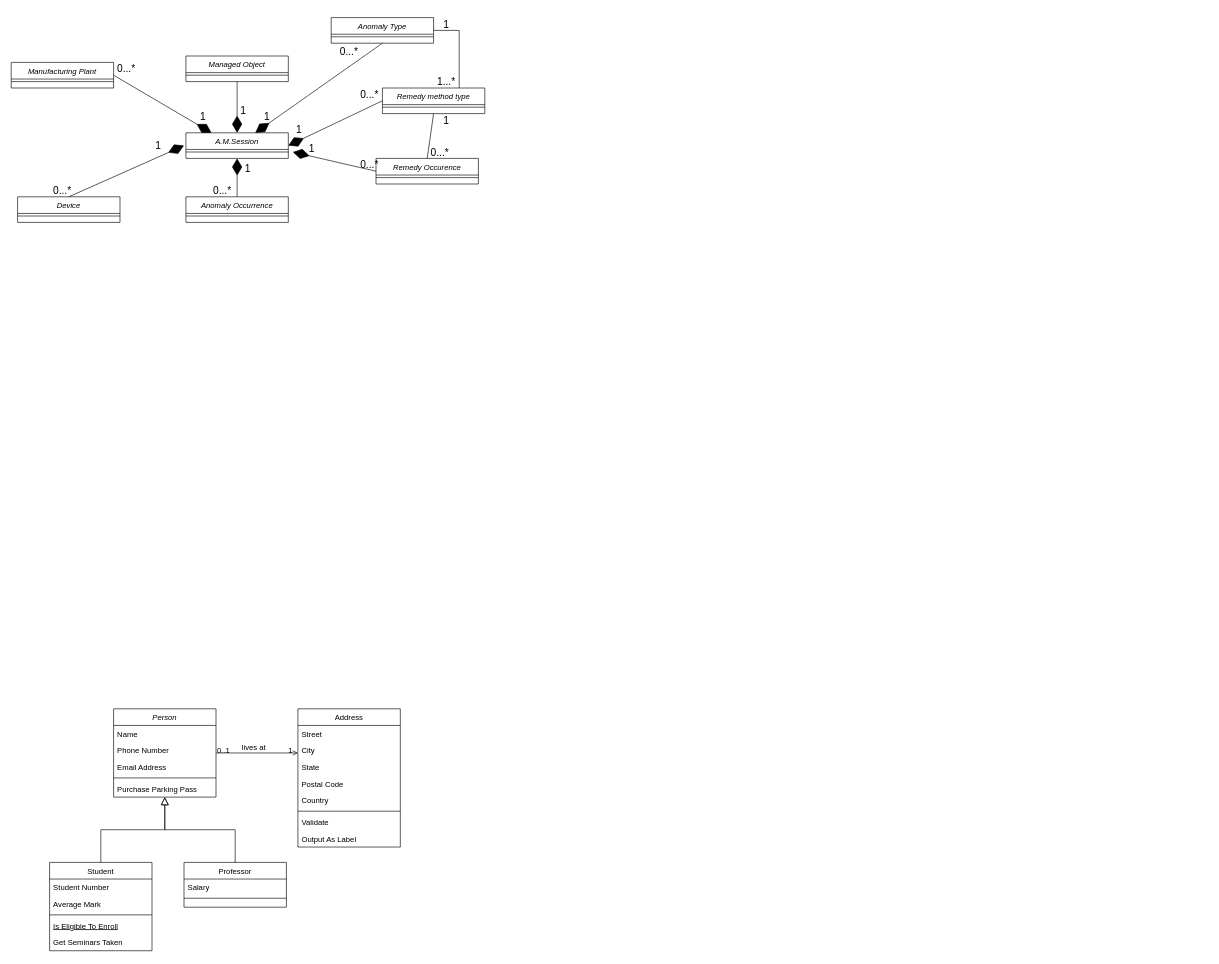
ShineSoYoung/TEST keeps this draw.io diagram as 강의_ex4.drawio. Above is the earlier version. Source tidied: cells renumbered, new cells numbered last; positions are measured from the earlier drawing's top-left corner, leaving out a move shared by most shapes. Both pictures are drawn from the tidied source at 64%, with x=0, y=0 at pixel (11, 17).
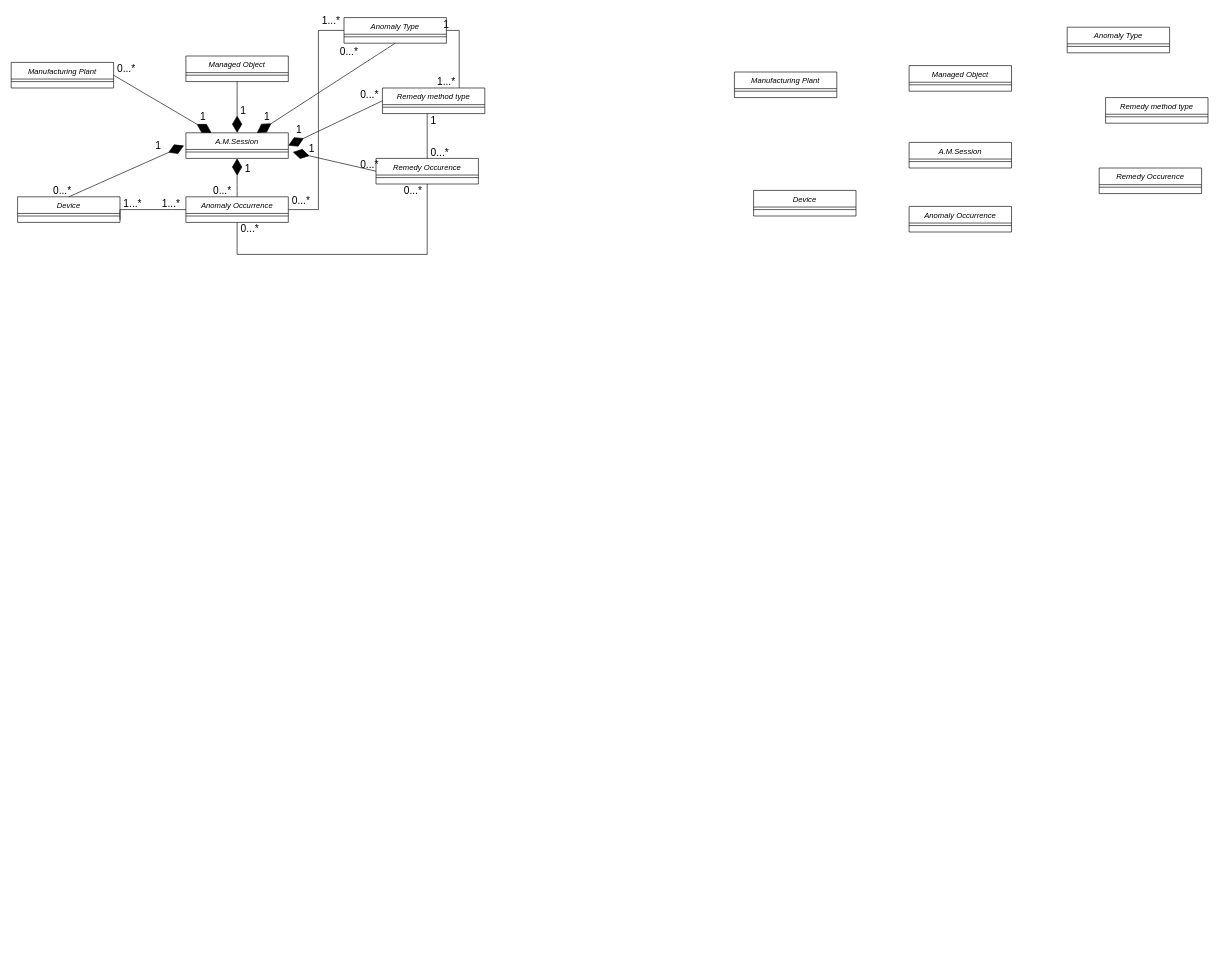
The same page after the edit.

Commit message:
강의_ex4.drawio 업데이트

Unchanged cells that the change refers to:
```xml
<mxCell id="34" value="Device" style="swimlane;fontStyle=2;align=center;verticalAlign=top;horizontal=1;startSize=26;rounded=0;shadow=0;strokeWidth=1;" parent="1" vertex="1">
  <mxGeometry x="10" y="280" width="160" height="40" as="geometry" />
</mxCell>
<mxCell id="36" value="Anomaly Occurrence" style="swimlane;fontStyle=2;align=center;verticalAlign=top;horizontal=1;startSize=26;rounded=0;shadow=0;strokeWidth=1;" parent="1" vertex="1">
  <mxGeometry x="273" y="280" width="160" height="40" as="geometry" />
</mxCell>
<mxCell id="42" value="Remedy method type" style="swimlane;fontStyle=2;align=center;verticalAlign=top;horizontal=1;startSize=26;rounded=0;shadow=0;strokeWidth=1;" parent="1" vertex="1">
  <mxGeometry x="580" y="110" width="160" height="40" as="geometry" />
</mxCell>
<mxCell id="44" value="Remedy Occurence" style="swimlane;fontStyle=2;align=center;verticalAlign=top;horizontal=1;startSize=26;rounded=0;shadow=0;strokeWidth=1;" parent="1" vertex="1">
  <mxGeometry x="570" y="220" width="160" height="40" as="geometry" />
</mxCell>
```

Diff of the diagram source:
```diff
@@
-    <mxCell id="2" value="Person" style="swimlane;fontStyle=2;align=center;verticalAlign=top;horizontal=1;startSize=26;rounded=0;shadow=0;strokeWidth=1;" parent="1" vertex="1">
-      <mxGeometry x="160" y="1080" width="160" height="138" as="geometry" />
-    </mxCell>
-    <mxCell id="3" value="Name" style="text;align=left;verticalAlign=top;spacingLeft=4;spacingRight=4;overflow=hidden;" parent="2" vertex="1">
-      <mxGeometry y="26" width="160" height="26" as="geometry" />
-    </mxCell>
-    <mxCell id="4" value="Phone Number" style="text;align=left;verticalAlign=top;spacingLeft=4;spacingRight=4;overflow=hidden;rounded=0;shadow=0;html=0;" parent="2" vertex="1">
-      <mxGeometry y="52" width="160" height="26" as="geometry" />
-    </mxCell>
-    <mxCell id="5" value="Email Address" style="text;align=left;verticalAlign=top;spacingLeft=4;spacingRight=4;overflow=hidden;rounded=0;shadow=0;html=0;" parent="2" vertex="1">
-      <mxGeometry y="78" width="160" height="26" as="geometry" />
-    </mxCell>
-    <mxCell id="6" style="line;html=1;strokeWidth=1;align=left;verticalAlign=middle;spacingTop=-1;spacingLeft=3;spacingRight=3;labelPosition=right;" parent="2" vertex="1">
-      <mxGeometry y="104" width="160" height="8" as="geometry" />
-    </mxCell>
-    <mxCell id="7" value="Purchase Parking Pass" style="text;align=left;verticalAlign=top;spacingLeft=4;spacingRight=4;overflow=hidden;" parent="2" vertex="1">
-      <mxGeometry y="112" width="160" height="26" as="geometry" />
-    </mxCell>
-    <mxCell id="8" value="Student" style="swimlane;fontStyle=0;align=center;verticalAlign=top;horizontal=1;startSize=26;rounded=0;shadow=0;strokeWidth=1;" parent="1" vertex="1">
-      <mxGeometry x="60" y="1320" width="160" height="138" as="geometry" />
-    </mxCell>
-    <mxCell id="9" value="Student Number" style="text;align=left;verticalAlign=top;spacingLeft=4;spacingRight=4;overflow=hidden;" parent="8" vertex="1">
-      <mxGeometry y="26" width="160" height="26" as="geometry" />
-    </mxCell>
-    <mxCell id="10" value="Average Mark" style="text;align=left;verticalAlign=top;spacingLeft=4;spacingRight=4;overflow=hidden;rounded=0;shadow=0;html=0;" parent="8" vertex="1">
-      <mxGeometry y="52" width="160" height="26" as="geometry" />
-    </mxCell>
-    <mxCell id="11" style="line;html=1;strokeWidth=1;align=left;verticalAlign=middle;spacingTop=-1;spacingLeft=3;spacingRight=3;labelPosition=right;" parent="8" vertex="1">
-      <mxGeometry y="78" width="160" height="8" as="geometry" />
-    </mxCell>
-    <mxCell id="12" value="Is Eligible To Enroll" style="text;align=left;verticalAlign=top;spacingLeft=4;spacingRight=4;overflow=hidden;fontStyle=4;" parent="8" vertex="1">
-      <mxGeometry y="86" width="160" height="26" as="geometry" />
-    </mxCell>
-    <mxCell id="13" value="Get Seminars Taken" style="text;align=left;verticalAlign=top;spacingLeft=4;spacingRight=4;overflow=hidden;" parent="8" vertex="1">
-      <mxGeometry y="112" width="160" height="26" as="geometry" />
-    </mxCell>
-    <mxCell id="14" style="endArrow=block;endSize=10;endFill=0;shadow=0;strokeWidth=1;rounded=0;edgeStyle=elbowEdgeStyle;elbow=vertical;" parent="1" edge="1" source="8" target="2">
-      <mxGeometry relative="1" as="geometry" />
-    </mxCell>
-    <mxCell id="15" value="Professor" style="swimlane;fontStyle=0;align=center;verticalAlign=top;horizontal=1;startSize=26;rounded=0;shadow=0;strokeWidth=1;" parent="1" vertex="1">
-      <mxGeometry x="270" y="1320" width="160" height="70" as="geometry" />
-    </mxCell>
-    <mxCell id="16" value="Salary" style="text;align=left;verticalAlign=top;spacingLeft=4;spacingRight=4;overflow=hidden;" parent="15" vertex="1">
-      <mxGeometry y="26" width="160" height="26" as="geometry" />
-    </mxCell>
-    <mxCell id="17" style="line;html=1;strokeWidth=1;align=left;verticalAlign=middle;spacingTop=-1;spacingLeft=3;spacingRight=3;labelPosition=right;" parent="15" vertex="1">
-      <mxGeometry y="52" width="160" height="8" as="geometry" />
-    </mxCell>
-    <mxCell id="18" style="endArrow=block;endSize=10;endFill=0;shadow=0;strokeWidth=1;rounded=0;edgeStyle=elbowEdgeStyle;elbow=vertical;" parent="1" edge="1" source="15" target="2">
-      <mxGeometry relative="1" as="geometry" />
-    </mxCell>
-    <mxCell id="19" value="Address" style="swimlane;fontStyle=0;align=center;verticalAlign=top;horizontal=1;startSize=26;rounded=0;shadow=0;strokeWidth=1;" parent="1" vertex="1">
-      <mxGeometry x="448" y="1080" width="160" height="216" as="geometry" />
-    </mxCell>
-    <mxCell id="20" value="Street" style="text;align=left;verticalAlign=top;spacingLeft=4;spacingRight=4;overflow=hidden;" parent="19" vertex="1">
-      <mxGeometry y="26" width="160" height="26" as="geometry" />
-    </mxCell>
-    <mxCell id="21" value="City" style="text;align=left;verticalAlign=top;spacingLeft=4;spacingRight=4;overflow=hidden;rounded=0;shadow=0;html=0;" parent="19" vertex="1">
-      <mxGeometry y="52" width="160" height="26" as="geometry" />
-    </mxCell>
-    <mxCell id="22" value="State" style="text;align=left;verticalAlign=top;spacingLeft=4;spacingRight=4;overflow=hidden;rounded=0;shadow=0;html=0;" parent="19" vertex="1">
-      <mxGeometry y="78" width="160" height="26" as="geometry" />
-    </mxCell>
-    <mxCell id="23" value="Postal Code" style="text;align=left;verticalAlign=top;spacingLeft=4;spacingRight=4;overflow=hidden;rounded=0;shadow=0;html=0;" parent="19" vertex="1">
-      <mxGeometry y="104" width="160" height="26" as="geometry" />
-    </mxCell>
-    <mxCell id="24" value="Country" style="text;align=left;verticalAlign=top;spacingLeft=4;spacingRight=4;overflow=hidden;rounded=0;shadow=0;html=0;" parent="19" vertex="1">
-      <mxGeometry y="130" width="160" height="26" as="geometry" />
-    </mxCell>
-    <mxCell id="25" style="line;html=1;strokeWidth=1;align=left;verticalAlign=middle;spacingTop=-1;spacingLeft=3;spacingRight=3;labelPosition=right;" parent="19" vertex="1">
-      <mxGeometry y="156" width="160" height="8" as="geometry" />
-    </mxCell>
-    <mxCell id="26" value="Validate" style="text;align=left;verticalAlign=top;spacingLeft=4;spacingRight=4;overflow=hidden;" parent="19" vertex="1">
-      <mxGeometry y="164" width="160" height="26" as="geometry" />
-    </mxCell>
-    <mxCell id="27" value="Output As Label" style="text;align=left;verticalAlign=top;spacingLeft=4;spacingRight=4;overflow=hidden;" parent="19" vertex="1">
-      <mxGeometry y="190" width="160" height="26" as="geometry" />
-    </mxCell>
-    <mxCell id="28" style="endArrow=open;shadow=0;strokeWidth=1;rounded=0;endFill=1;edgeStyle=elbowEdgeStyle;elbow=vertical;" parent="1" edge="1" source="2" target="19">
-      <mxGeometry x="0.5" y="41" relative="1" as="geometry">
-        <mxPoint x="-40" y="32" as="offset" />
-      </mxGeometry>
-    </mxCell>
-    <mxCell id="29" value="0..1" style="align=left;verticalAlign=bottom;labelBackgroundColor=none;fontSize=12;" parent="28" vertex="1">
-      <mxGeometry x="-1" relative="1" as="geometry">
-        <mxPoint y="4" as="offset" />
-      </mxGeometry>
-    </mxCell>
-    <mxCell id="30" value="1" style="align=right;verticalAlign=bottom;labelBackgroundColor=none;fontSize=12;" parent="28" vertex="1">
-      <mxGeometry x="1" relative="1" as="geometry">
-        <mxPoint x="-7" y="4" as="offset" />
-      </mxGeometry>
-    </mxCell>
-    <mxCell id="31" value="lives at" style="text;html=1;align=center;verticalAlign=middle;labelBackgroundColor=none;rounded=0;shadow=0;strokeWidth=1;fontSize=12;" parent="28" vertex="1">
-      <mxGeometry x="0.5" y="49" relative="1" as="geometry">
-        <mxPoint x="-38" y="40" as="offset" />
-      </mxGeometry>
-    </mxCell>
@@
     <mxCell id="46" value="Anomaly Type" style="swimlane;fontStyle=2;align=center;verticalAlign=top;horizontal=1;startSize=26;rounded=0;shadow=0;strokeWidth=1;" parent="1" vertex="1">
-      <mxGeometry x="500" width="160" height="40" as="geometry" />
+      <mxGeometry x="520" width="160" height="40" as="geometry" />
     </mxCell>
@@
-    <mxCell id="71" style="endArrow=none;html=1;rounded=0;fontSize=12;startSize=8;endSize=8;entryX=0.5;entryY=1;entryDx=0;entryDy=0;exitX=0.5;exitY=0;exitDx=0;exitDy=0;" parent="1" edge="1" source="44" target="42">
-      <mxGeometry relative="1" as="geometry" />
+    <mxCell id="71" style="endArrow=none;html=1;rounded=0;fontSize=12;startSize=8;endSize=8;exitX=0.5;exitY=0;exitDx=0;exitDy=0;" parent="1" edge="1" source="44">
+      <mxGeometry relative="1" as="geometry">
+        <mxPoint x="650" y="150" as="targetPoint" />
+      </mxGeometry>
     </mxCell>
     <mxCell id="72" value="1" style="text;html=1;strokeColor=none;fillColor=none;align=center;verticalAlign=middle;whiteSpace=wrap;rounded=0;fontSize=16;" parent="1" vertex="1">
-      <mxGeometry x="660" y="150" width="40" height="20" as="geometry" />
+      <mxGeometry x="640" y="150" width="40" height="20" as="geometry" />
     </mxCell>
@@
+    <mxCell id="74" style="endArrow=none;html=1;rounded=0;fontSize=12;startSize=8;endSize=8;entryX=0.5;entryY=1;entryDx=0;entryDy=0;exitX=0.5;exitY=1;exitDx=0;exitDy=0;" parent="1" edge="1" source="36" target="44">
+      <mxGeometry relative="1" as="geometry">
+        <Array as="points">
+          <mxPoint x="353" y="370" />
+          <mxPoint x="650" y="370" />
+        </Array>
+      </mxGeometry>
+    </mxCell>
+    <mxCell id="75" value="0...*" style="text;html=1;strokeColor=none;fillColor=none;align=center;verticalAlign=middle;whiteSpace=wrap;rounded=0;fontSize=16;" parent="1" vertex="1">
+      <mxGeometry x="353" y="320" width="40" height="20" as="geometry" />
+    </mxCell>
+    <mxCell id="76" value="0...*" style="text;html=1;strokeColor=none;fillColor=none;align=center;verticalAlign=middle;whiteSpace=wrap;rounded=0;fontSize=16;" parent="1" vertex="1">
+      <mxGeometry x="608" y="260" width="40" height="20" as="geometry" />
+    </mxCell>
+    <mxCell id="77" style="endArrow=none;html=1;rounded=0;fontSize=12;startSize=8;endSize=8;entryX=0;entryY=0.5;entryDx=0;entryDy=0;exitX=1;exitY=0.5;exitDx=0;exitDy=0;" parent="1" edge="1" source="34" target="36">
+      <mxGeometry relative="1" as="geometry">
+        <Array as="points">
+          <mxPoint x="250" y="300" />
+        </Array>
+      </mxGeometry>
+    </mxCell>
+    <mxCell id="78" style="endArrow=none;html=1;rounded=0;fontSize=12;startSize=8;endSize=8;entryX=0;entryY=0.5;entryDx=0;entryDy=0;exitX=1;exitY=0.5;exitDx=0;exitDy=0;" parent="1" edge="1" source="34">
+      <mxGeometry relative="1" as="geometry">
+        <mxPoint x="170" y="316" as="targetPoint" />
+      </mxGeometry>
+    </mxCell>
+    <mxCell id="79" value="1...*" style="text;html=1;strokeColor=none;fillColor=none;align=center;verticalAlign=middle;whiteSpace=wrap;rounded=0;fontSize=16;" parent="1" vertex="1">
+      <mxGeometry x="170" y="280" width="40" height="20" as="geometry" />
+    </mxCell>
+    <mxCell id="80" value="1...*" style="text;html=1;strokeColor=none;fillColor=none;align=center;verticalAlign=middle;whiteSpace=wrap;rounded=0;fontSize=16;" parent="1" vertex="1">
+      <mxGeometry x="230" y="280" width="40" height="20" as="geometry" />
+    </mxCell>
+    <mxCell id="81" style="endArrow=none;html=1;rounded=0;fontSize=12;startSize=8;endSize=8;entryX=0;entryY=0.5;entryDx=0;entryDy=0;exitX=1;exitY=0.5;exitDx=0;exitDy=0;" parent="1" edge="1" source="36" target="46">
+      <mxGeometry relative="1" as="geometry">
+        <Array as="points">
+          <mxPoint x="480" y="300" />
+          <mxPoint x="480" y="20" />
+        </Array>
+      </mxGeometry>
+    </mxCell>
+    <mxCell id="82" value="1...*" style="text;html=1;strokeColor=none;fillColor=none;align=center;verticalAlign=middle;whiteSpace=wrap;rounded=0;fontSize=16;" parent="1" vertex="1">
+      <mxGeometry x="480" y="-10" width="40" height="30" as="geometry" />
+    </mxCell>
+    <mxCell id="83" value="0...*" style="text;html=1;strokeColor=none;fillColor=none;align=center;verticalAlign=middle;whiteSpace=wrap;rounded=0;fontSize=16;" parent="1" vertex="1">
+      <mxGeometry x="433" y="270" width="40" height="30" as="geometry" />
+    </mxCell>
+    <mxCell id="84" value="Manufacturing Plant" style="swimlane;fontStyle=2;align=center;verticalAlign=top;horizontal=1;startSize=26;rounded=0;shadow=0;strokeWidth=1;" parent="1" vertex="1">
+      <mxGeometry x="1130" y="85" width="160" height="40" as="geometry" />
+    </mxCell>
+    <mxCell id="85" style="line;html=1;strokeWidth=1;align=left;verticalAlign=middle;spacingTop=-1;spacingLeft=3;spacingRight=3;labelPosition=right;" parent="84" vertex="1">
+      <mxGeometry y="26" width="160" height="8" as="geometry" />
+    </mxCell>
+    <mxCell id="86" value="Anomaly Occurrence" style="swimlane;fontStyle=2;align=center;verticalAlign=top;horizontal=1;startSize=26;rounded=0;shadow=0;strokeWidth=1;" parent="1" vertex="1">
+      <mxGeometry x="1403" y="295" width="160" height="40" as="geometry" />
+    </mxCell>
+    <mxCell id="87" style="line;html=1;strokeWidth=1;align=left;verticalAlign=middle;spacingTop=-1;spacingLeft=3;spacingRight=3;labelPosition=right;" parent="86" vertex="1">
+      <mxGeometry y="26" width="160" height="8" as="geometry" />
+    </mxCell>
+    <mxCell id="88" value="A.M.Session" style="swimlane;fontStyle=2;align=center;verticalAlign=top;horizontal=1;startSize=26;rounded=0;shadow=0;strokeWidth=1;" parent="1" vertex="1">
+      <mxGeometry x="1403" y="195" width="160" height="40" as="geometry" />
+    </mxCell>
+    <mxCell id="89" style="line;html=1;strokeWidth=1;align=left;verticalAlign=middle;spacingTop=-1;spacingLeft=3;spacingRight=3;labelPosition=right;" parent="88" vertex="1">
+      <mxGeometry y="26" width="160" height="8" as="geometry" />
+    </mxCell>
+    <mxCell id="90" value="Managed Object" style="swimlane;fontStyle=2;align=center;verticalAlign=top;horizontal=1;startSize=26;rounded=0;shadow=0;strokeWidth=1;" parent="1" vertex="1">
+      <mxGeometry x="1403" y="75" width="160" height="40" as="geometry" />
+    </mxCell>
+    <mxCell id="91" style="line;html=1;strokeWidth=1;align=left;verticalAlign=middle;spacingTop=-1;spacingLeft=3;spacingRight=3;labelPosition=right;" parent="90" vertex="1">
+      <mxGeometry y="26" width="160" height="8" as="geometry" />
+    </mxCell>
+    <mxCell id="92" value="Remedy method type" style="swimlane;fontStyle=2;align=center;verticalAlign=top;horizontal=1;startSize=26;rounded=0;shadow=0;strokeWidth=1;" parent="1" vertex="1">
+      <mxGeometry x="1710" y="125" width="160" height="40" as="geometry" />
+    </mxCell>
+    <mxCell id="93" style="line;html=1;strokeWidth=1;align=left;verticalAlign=middle;spacingTop=-1;spacingLeft=3;spacingRight=3;labelPosition=right;" parent="92" vertex="1">
+      <mxGeometry y="26" width="160" height="8" as="geometry" />
+    </mxCell>
+    <mxCell id="94" value="Remedy Occurence" style="swimlane;fontStyle=2;align=center;verticalAlign=top;horizontal=1;startSize=26;rounded=0;shadow=0;strokeWidth=1;" parent="1" vertex="1">
+      <mxGeometry x="1700" y="235" width="160" height="40" as="geometry" />
+    </mxCell>
+    <mxCell id="95" style="line;html=1;strokeWidth=1;align=left;verticalAlign=middle;spacingTop=-1;spacingLeft=3;spacingRight=3;labelPosition=right;" parent="94" vertex="1">
+      <mxGeometry y="26" width="160" height="8" as="geometry" />
+    </mxCell>
+    <mxCell id="96" value="Anomaly Type" style="swimlane;fontStyle=2;align=center;verticalAlign=top;horizontal=1;startSize=26;rounded=0;shadow=0;strokeWidth=1;" parent="1" vertex="1">
+      <mxGeometry x="1650" y="15" width="160" height="40" as="geometry" />
+    </mxCell>
+    <mxCell id="97" style="line;html=1;strokeWidth=1;align=left;verticalAlign=middle;spacingTop=-1;spacingLeft=3;spacingRight=3;labelPosition=right;" parent="96" vertex="1">
+      <mxGeometry y="26" width="160" height="8" as="geometry" />
+    </mxCell>
+    <mxCell id="98" value="Device" style="swimlane;fontStyle=2;align=center;verticalAlign=top;horizontal=1;startSize=26;rounded=0;shadow=0;strokeWidth=1;" parent="1" vertex="1">
+      <mxGeometry x="1160" y="270" width="160" height="40" as="geometry" />
+    </mxCell>
+    <mxCell id="99" style="line;html=1;strokeWidth=1;align=left;verticalAlign=middle;spacingTop=-1;spacingLeft=3;spacingRight=3;labelPosition=right;" parent="98" vertex="1">
+      <mxGeometry y="26" width="160" height="8" as="geometry" />
+    </mxCell>
```
